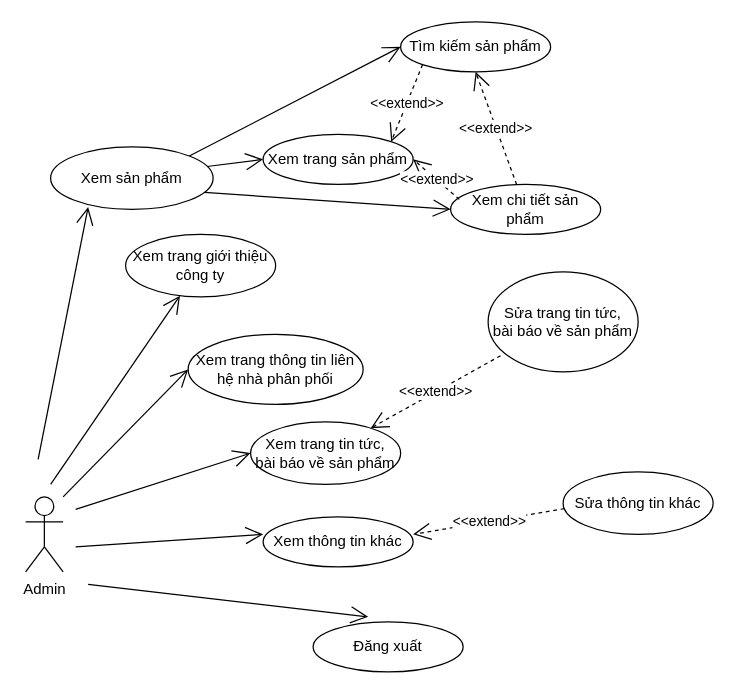
This is AdminUseCase.drawio from hoangminh15/PTTKHT, a draw.io file, before an edit. Source tidied: cells renumbered, new cells numbered last; positions are measured from the earlier drawing's top-left corner, leaving out a move shared by most shapes. Both pictures are drawn from the tidied source at 125%, with x=0, y=0 at pixel (25, 21).
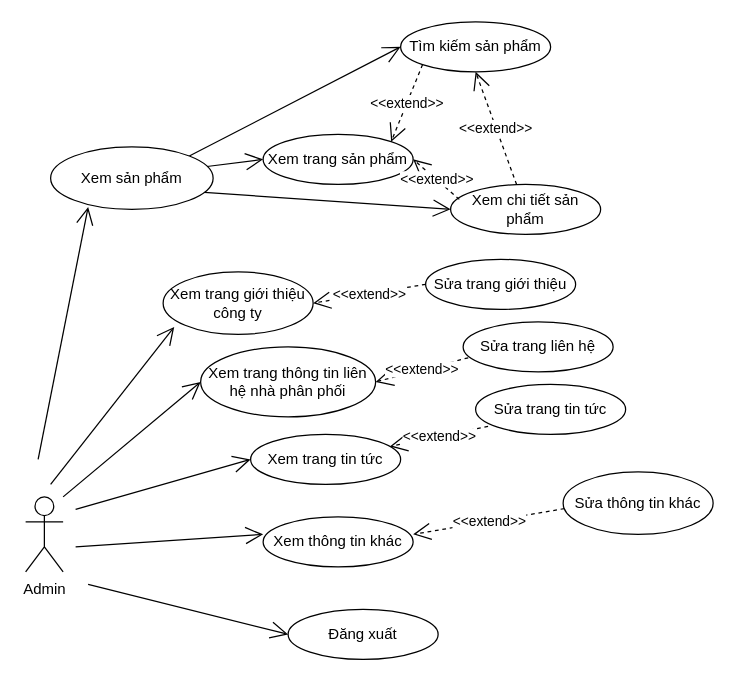
Above is the later version.

What changed in the source:
```diff
@@
     <mxCell id="3" value="Đăng xuất" style="ellipse;whiteSpace=wrap;html=1;" parent="1" vertex="1">
-      <mxGeometry x="230" y="480" width="120" height="40" as="geometry" />
+      <mxGeometry x="210" y="470" width="120" height="40" as="geometry" />
     </mxCell>
-    <mxCell id="4" style="endArrow=open;endFill=1;endSize=12;html=1;entryX=0.367;entryY=-0.1;entryDx=0;entryDy=0;entryPerimeter=0;" parent="1" edge="1" target="3">
+    <mxCell id="4" style="endArrow=open;endFill=1;endSize=12;html=1;entryX=0;entryY=0.5;entryDx=0;entryDy=0;" parent="1" edge="1" target="3">
       <mxGeometry relative="1" as="geometry">
         <mxPoint x="50" y="450" as="sourcePoint" />
       </mxGeometry>
     </mxCell>
-    <mxCell id="5" value="Xem trang tin tức, &lt;br&gt;bài báo về sản phẩm" style="ellipse;whiteSpace=wrap;html=1;" parent="1" vertex="1">
-      <mxGeometry x="180" y="320" width="120" height="50" as="geometry" />
+    <mxCell id="5" value="Xem trang tin tức" style="ellipse;whiteSpace=wrap;html=1;" parent="1" vertex="1">
+      <mxGeometry x="180" y="330" width="120" height="40" as="geometry" />
     </mxCell>
     <mxCell id="6" value="Xem trang thông tin liên hệ nhà phân phối" style="ellipse;whiteSpace=wrap;html=1;" parent="1" vertex="1">
-      <mxGeometry x="130" y="250" width="140" height="56" as="geometry" />
+      <mxGeometry x="140" y="260" width="140" height="56" as="geometry" />
     </mxCell>
@@
     <mxCell id="8" value="Xem trang giới thiệu công ty" style="ellipse;whiteSpace=wrap;html=1;" parent="1" vertex="1">
-      <mxGeometry x="80" y="170" width="120" height="50" as="geometry" />
+      <mxGeometry x="110" y="200" width="120" height="50" as="geometry" />
     </mxCell>
@@
-    <mxCell id="12" style="endArrow=open;endFill=1;endSize=12;html=1;" parent="1" edge="1" target="8">
+    <mxCell id="12" style="endArrow=open;endFill=1;endSize=12;html=1;entryX=0.074;entryY=0.88;entryDx=0;entryDy=0;entryPerimeter=0;" parent="1" edge="1" target="8">
       <mxGeometry relative="1" as="geometry">
         <mxPoint x="20" y="370" as="sourcePoint" />
       </mxGeometry>
     </mxCell>
@@
-    <mxCell id="14" value="Sửa trang tin tức,&lt;br&gt;bài báo về sản phẩm" style="ellipse;whiteSpace=wrap;html=1;" parent="1" vertex="1">
-      <mxGeometry x="370" y="200" width="120" height="80" as="geometry" />
+    <mxCell id="14" value="Sửa trang tin tức" style="ellipse;whiteSpace=wrap;html=1;" parent="1" vertex="1">
+      <mxGeometry x="360" y="290" width="120" height="40" as="geometry" />
     </mxCell>
@@
+    <mxCell id="28" value="Sửa trang liên hệ" style="ellipse;whiteSpace=wrap;html=1;" parent="1" vertex="1">
+      <mxGeometry x="350" y="240" width="120" height="40" as="geometry" />
+    </mxCell>
+    <mxCell id="29" value="&amp;lt;&amp;lt;extend&amp;gt;&amp;gt;" style="endArrow=open;endSize=12;dashed=1;html=1;exitX=0.034;exitY=0.718;exitDx=0;exitDy=0;exitPerimeter=0;entryX=1;entryY=0.5;entryDx=0;entryDy=0;" parent="1" edge="1" source="28" target="6">
+      <mxGeometry relative="1" as="geometry" />
+    </mxCell>
+    <mxCell id="30" value="Sửa trang giới thiệu" style="ellipse;whiteSpace=wrap;html=1;" parent="1" vertex="1">
+      <mxGeometry x="320" y="190" width="120" height="40" as="geometry" />
+    </mxCell>
+    <mxCell id="31" value="&amp;lt;&amp;lt;extend&amp;gt;&amp;gt;" style="endArrow=open;endSize=12;dashed=1;html=1;exitX=0;exitY=0.5;exitDx=0;exitDy=0;entryX=1;entryY=0.5;entryDx=0;entryDy=0;" parent="1" edge="1" source="30" target="8">
+      <mxGeometry relative="1" as="geometry" />
+    </mxCell>
```
